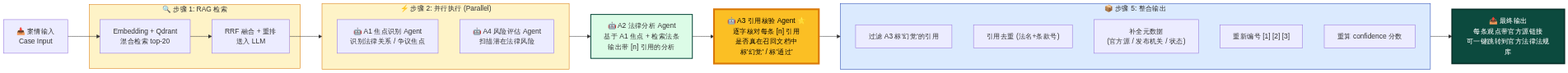
This is docs/diagrams/png/02_multiagent_cn.png from A-yiren/legal-lens, a Mermaid export, as it was before one commit. Its source is kept beside it as docs/diagrams/02_multiagent_cn.mmd.
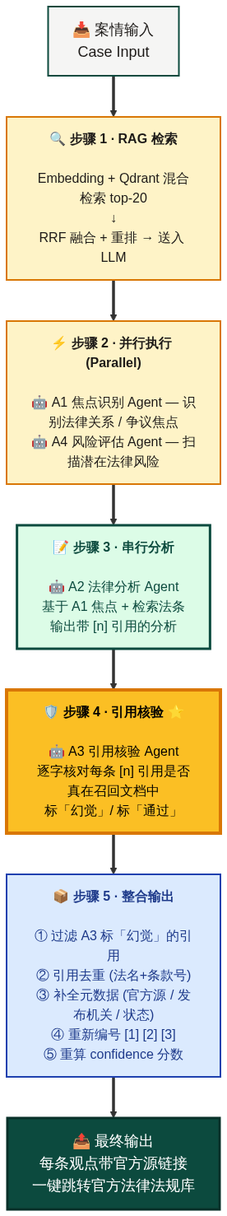
The same diagram one commit later.

What changed in the source:
```diff
@@ -1,48 +1,31 @@
-flowchart LR
-    Input["📥 案情输入<br/>Case Input"] --> Retrieve
+flowchart TB
+    Step1["<b>🔍 步骤 1 · RAG 检索</b><br/><br/>Embedding + Qdrant 混合检索 top-20<br/>↓<br/>RRF 融合 + 重排 → 送入 LLM"]
 
-    subgraph RAG ["🔍 步骤 1: RAG 检索"]
-        Retrieve["Embedding + Qdrant<br/>混合检索 top-20"]
-        Rerank["RRF 融合 + 重排<br/>送入 LLM"]
-    end
+    Step2["<b>⚡ 步骤 2 · 并行执行 (Parallel)</b><br/><br/>🤖 A1 焦点识别 Agent — 识别法律关系 / 争议焦点<br/>🤖 A4 风险评估 Agent — 扫描潜在法律风险"]
 
-    Retrieve --> Rerank
+    Step3["<b>📝 步骤 3 · 串行分析</b><br/><br/>🤖 A2 法律分析 Agent<br/>基于 A1 焦点 + 检索法条<br/>输出带 [n] 引用的分析"]
 
-    Rerank --> Parallel
+    Step4["<b>🛡️ 步骤 4 · 引用核验 ⭐</b><br/><br/>🤖 A3 引用核验 Agent<br/>逐字核对每条 [n] 引用是否真在召回文档中<br/>标「幻觉」/ 标「通过」"]
 
-    subgraph Parallel ["⚡ 步骤 2: 并行执行 (Parallel)"]
-        direction TB
-        A1["🤖 A1 焦点识别 Agent<br/>识别法律关系 / 争议焦点"]
-        A4["🤖 A4 风险评估 Agent<br/>扫描潜在法律风险"]
-    end
+    Step5["<b>📦 步骤 5 · 整合输出</b><br/><br/>① 过滤 A3 标「幻觉」的引用<br/>② 引用去重 (法名+条款号)<br/>③ 补全元数据 (官方源 / 发布机关 / 状态)<br/>④ 重新编号 [1] [2] [3]<br/>⑤ 重算 confidence 分数"]
 
-    Parallel --> A2
+    Input["📥 案情输入<br/>Case Input"]:::inputStyle
+    Output["📤 最终输出<br/>每条观点带官方源链接<br/>一键跳转官方法律法规库"]:::outputStyle
 
-    A2["🤖 A2 法律分析 Agent<br/>基于 A1 焦点 + 检索法条<br/>输出带 [n] 引用的分析"] --> A3
+    Input ==> Step1
+    Step1 ==> Step2
+    Step2 ==> Step3
+    Step3 ==> Step4
+    Step4 ==> Step5
+    Step5 ==> Output
 
-    style A2 fill:#dcfce7,stroke:#0c4a3e,stroke-width:2px
-
-    A3["🤖 A3 引用核验 Agent ⭐<br/>逐字核对每条 [n] 引用<br/>是否真在召回文档中<br/>标'幻觉' / 标'通过'"]
-
-    style A3 fill:#fbbf24,stroke:#d97706,stroke-width:4px,color:#000
-
-    A3 --> Integrate
-
-    subgraph Integrate ["📦 步骤 5: 整合输出"]
-        direction TB
-        I1["过滤 A3 标'幻觉'的引用"]
-        I2["引用去重 (法名+条款号)"]
-        I3["补全元数据<br/>(官方源 / 发布机关 / 状态)"]
-        I4["重新编号 [1] [2] [3]"]
-        I5["重算 confidence 分数"]
-    end
-
-    Integrate --> Output
-
-    Output["📤 最终输出<br/>每条观点带官方源链接<br/>可一键跳转到官方法律法规库"]
-
+    style Step1 fill:#fef3c7,stroke:#d97706,stroke-width:2px,color:#1c1917
+    style Step2 fill:#fef3c7,stroke:#d97706,stroke-width:2px,color:#1c1917
+    style Step3 fill:#dcfce7,stroke:#0c4a3e,stroke-width:3px,color:#0c4a3e
+    style Step4 fill:#fbbf24,stroke:#d97706,stroke-width:4px,color:#000
+    style Step5 fill:#dbeafe,stroke:#1e40af,stroke-width:2px,color:#1e3a8a
+    style Input fill:#f5f5f4,stroke:#0c4a3e,stroke-width:2px,color:#1c1917
     style Output fill:#0c4a3e,stroke:#083029,stroke-width:3px,color:#fff
 
-    style RAG fill:#fef3c7,stroke:#d97706
-    style Parallel fill:#fef3c7,stroke:#d97706
-    style Integrate fill:#dbeafe,stroke:#1e40af
+    classDef inputStyle font-size:18px
+    classDef outputStyle font-size:18px
```
